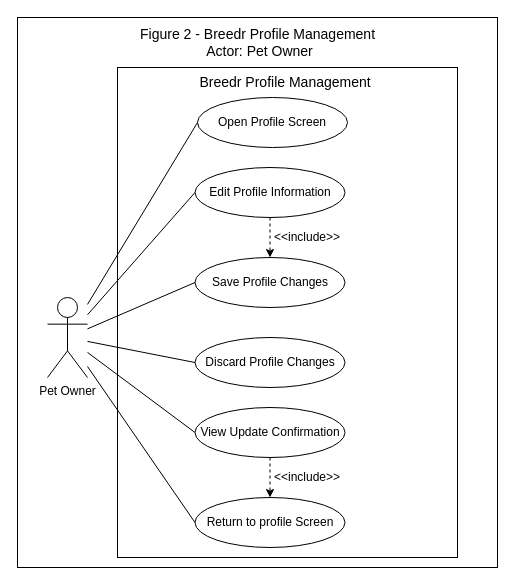
This is page "Figure-2" (2 of 10) of USE-CASE_Diagram_Franco.drawio from Chels013/Breedr-Diagrams, a draw.io file, before an edit. Source tidied: cells renumbered, new cells numbered last; positions are measured from the earlier drawing's top-left corner, leaving out a move shared by most shapes. Both pictures are drawn from the tidied source at 100%, with x=0, y=0 at pixel (17, 17).
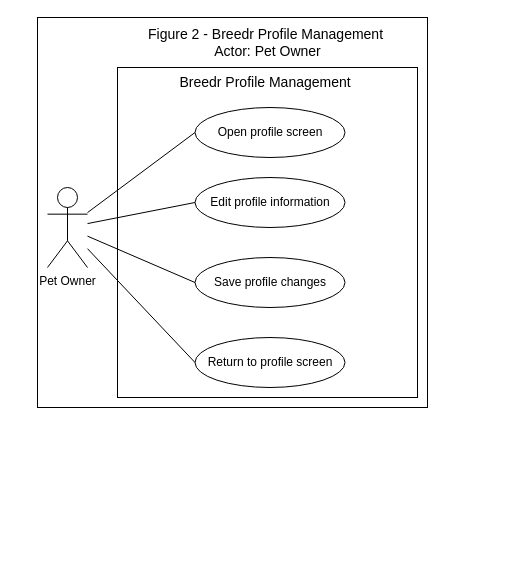
The same page after the edit.

Commit message:
i revised the fig 2, Breedr Profile Management

Change to the diagram source:
```diff
@@
-    <mxCell id="2" style="rounded=0;whiteSpace=wrap;html=1;align=center;verticalAlign=middle;fontFamily=Helvetica;fontSize=12;fontColor=default;fillColor=none;gradientColor=none;" parent="1" vertex="1">
-      <mxGeometry width="480" height="550" as="geometry" />
-    </mxCell>
+    <mxCell id="23" style="rounded=0;whiteSpace=wrap;html=1;" parent="1" vertex="1">
+      <mxGeometry x="20" width="390" height="390" as="geometry" />
+    </mxCell>
+    <mxCell id="22" style="rounded=0;whiteSpace=wrap;html=1;align=center;verticalAlign=middle;fontFamily=Helvetica;fontSize=12;fontColor=default;fillColor=none;gradientColor=none;" parent="1" vertex="1">
+      <mxGeometry x="100" y="50" width="300" height="330" as="geometry" />
+    </mxCell>
     <mxCell id="3" value="Figure 2 - Breedr Profile Management&amp;nbsp;&lt;br&gt;Actor: Pet Owner" style="text;html=1;align=center;verticalAlign=middle;whiteSpace=wrap;rounded=0;fontFamily=Helvetica;fontSize=14;fontColor=default;" parent="1" vertex="1">
-      <mxGeometry x="100" y="10" width="285" height="30" as="geometry" />
+      <mxGeometry x="107.5" y="10" width="285" height="30" as="geometry" />
     </mxCell>
     <mxCell id="4" value="Pet Owner" style="shape=umlActor;verticalLabelPosition=bottom;verticalAlign=top;html=1;outlineConnect=0;rounded=0;align=center;fontFamily=Helvetica;fontSize=12;fontColor=default;fillColor=none;gradientColor=none;" parent="1" vertex="1">
-      <mxGeometry x="30" y="280" width="40" height="80" as="geometry" />
+      <mxGeometry x="30" y="170" width="40" height="80" as="geometry" />
     </mxCell>
     <mxCell id="5" value="Breedr Profile Management&amp;nbsp;" style="text;html=1;align=center;verticalAlign=middle;whiteSpace=wrap;rounded=0;fontFamily=Helvetica;fontSize=14;fontColor=default;" parent="1" vertex="1">
-      <mxGeometry x="180" y="50" width="180" height="30" as="geometry" />
+      <mxGeometry x="160" y="50" width="180" height="30" as="geometry" />
     </mxCell>
-    <mxCell id="6" value="Open Profile Screen" style="ellipse;whiteSpace=wrap;html=1;rounded=0;align=center;verticalAlign=middle;fontFamily=Helvetica;fontSize=12;fontColor=default;fillColor=none;gradientColor=none;" parent="1" vertex="1">
-      <mxGeometry x="180" y="80" width="150" height="50" as="geometry" />
+    <mxCell id="6" value="Open profile screen" style="ellipse;whiteSpace=wrap;html=1;rounded=0;align=center;verticalAlign=middle;fontFamily=Helvetica;fontSize=12;fontColor=default;fillColor=none;gradientColor=none;" parent="1" vertex="1">
+      <mxGeometry x="177.5" y="90" width="150" height="50" as="geometry" />
     </mxCell>
-    <mxCell id="7" value="Edit Profile Information" style="ellipse;whiteSpace=wrap;html=1;rounded=0;align=center;verticalAlign=middle;fontFamily=Helvetica;fontSize=12;fontColor=default;fillColor=none;gradientColor=none;" parent="1" vertex="1">
-      <mxGeometry x="177.5" y="150" width="150" height="50" as="geometry" />
+    <mxCell id="7" value="Edit profile information" style="ellipse;whiteSpace=wrap;html=1;rounded=0;align=center;verticalAlign=middle;fontFamily=Helvetica;fontSize=12;fontColor=default;fillColor=none;gradientColor=none;" parent="1" vertex="1">
+      <mxGeometry x="177.5" y="160" width="150" height="50" as="geometry" />
     </mxCell>
-    <mxCell id="8" value="Save Profile Changes" style="ellipse;whiteSpace=wrap;html=1;rounded=0;align=center;verticalAlign=middle;fontFamily=Helvetica;fontSize=12;fontColor=default;fillColor=none;gradientColor=none;" parent="1" vertex="1">
+    <mxCell id="8" value="Save profile changes" style="ellipse;whiteSpace=wrap;html=1;rounded=0;align=center;verticalAlign=middle;fontFamily=Helvetica;fontSize=12;fontColor=default;fillColor=none;gradientColor=none;" parent="1" vertex="1">
       <mxGeometry x="177.5" y="240" width="150" height="50" as="geometry" />
     </mxCell>
-    <mxCell id="9" value="Discard Profile Changes" style="ellipse;whiteSpace=wrap;html=1;rounded=0;align=center;verticalAlign=middle;fontFamily=Helvetica;fontSize=12;fontColor=default;fillColor=none;gradientColor=none;" parent="1" vertex="1">
-      <mxGeometry x="177.5" y="320" width="150" height="50" as="geometry" />
-    </mxCell>
-    <mxCell id="10" value="View Update Confirmation" style="ellipse;whiteSpace=wrap;html=1;rounded=0;align=center;verticalAlign=middle;fontFamily=Helvetica;fontSize=12;fontColor=default;fillColor=none;gradientColor=none;" parent="1" vertex="1">
-      <mxGeometry x="177.5" y="390" width="150" height="50" as="geometry" />
-    </mxCell>
-    <mxCell id="11" value="Return to profile Screen" style="ellipse;whiteSpace=wrap;html=1;rounded=0;align=center;verticalAlign=middle;fontFamily=Helvetica;fontSize=12;fontColor=default;fillColor=none;gradientColor=none;" parent="1" vertex="1">
-      <mxGeometry x="177.5" y="480" width="150" height="50" as="geometry" />
+    <mxCell id="11" value="Return to profile screen" style="ellipse;whiteSpace=wrap;html=1;rounded=0;align=center;verticalAlign=middle;fontFamily=Helvetica;fontSize=12;fontColor=default;fillColor=none;gradientColor=none;" parent="1" vertex="1">
+      <mxGeometry x="177.5" y="320" width="150" height="50" as="geometry" />
     </mxCell>
@@
-    <mxCell id="15" style="endArrow=none;html=1;fontFamily=Helvetica;fontSize=12;fontColor=default;entryX=0;entryY=0.5;entryDx=0;entryDy=0;" parent="1" edge="1" source="4" target="9">
-      <mxGeometry relative="1" as="geometry" />
-    </mxCell>
-    <mxCell id="16" style="endArrow=none;html=1;fontFamily=Helvetica;fontSize=12;fontColor=default;entryX=0;entryY=0.5;entryDx=0;entryDy=0;" parent="1" edge="1" source="4" target="10">
-      <mxGeometry relative="1" as="geometry" />
-    </mxCell>
@@
-    <mxCell id="18" style="html=1;labelBackgroundColor=#ffffff;startArrow=none;startFill=0;startSize=6;endArrow=classic;endFill=1;endSize=6;jettySize=auto;strokeWidth=1;dashed=1;fontSize=14;fontFamily=Helvetica;fontColor=default;entryX=0.5;entryY=0;entryDx=0;entryDy=0;exitX=0.5;exitY=1;exitDx=0;exitDy=0;" parent="1" edge="1" source="7" target="8">
-      <mxGeometry relative="1" as="geometry" />
-    </mxCell>
-    <mxCell id="19" style="html=1;labelBackgroundColor=#ffffff;startArrow=none;startFill=0;startSize=6;endArrow=classic;endFill=1;endSize=6;jettySize=auto;strokeWidth=1;dashed=1;fontSize=14;fontFamily=Helvetica;fontColor=default;entryX=0.5;entryY=0;entryDx=0;entryDy=0;exitX=0.5;exitY=1;exitDx=0;exitDy=0;" parent="1" edge="1" source="10" target="11">
-      <mxGeometry relative="1" as="geometry" />
-    </mxCell>
-    <mxCell id="20" value="&amp;lt;&amp;lt;include&amp;gt;&amp;gt;" style="text;html=1;align=center;verticalAlign=middle;whiteSpace=wrap;rounded=0;fontFamily=Helvetica;fontSize=12;fontColor=default;" parent="1" vertex="1">
-      <mxGeometry x="260" y="210" width="60" height="20" as="geometry" />
-    </mxCell>
-    <mxCell id="21" value="&amp;lt;&amp;lt;include&amp;gt;&amp;gt;" style="text;html=1;align=center;verticalAlign=middle;whiteSpace=wrap;rounded=0;fontFamily=Helvetica;fontSize=12;fontColor=default;" parent="1" vertex="1">
-      <mxGeometry x="260" y="450" width="60" height="20" as="geometry" />
-    </mxCell>
-    <mxCell id="22" style="rounded=0;whiteSpace=wrap;html=1;align=center;verticalAlign=middle;fontFamily=Helvetica;fontSize=12;fontColor=default;fillColor=none;gradientColor=none;" parent="1" vertex="1">
-      <mxGeometry x="100" y="50" width="340" height="490" as="geometry" />
-    </mxCell>
```
